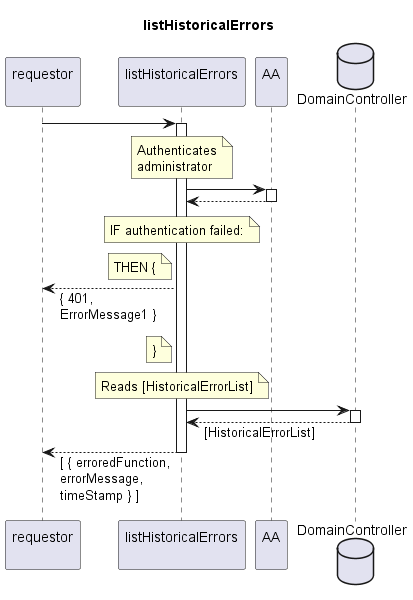
Earlier version of the PlantUML export spec/Services/listHistoricalErrors/1.0.0/listHistoricalErrors.png (openBackhaul/FirmWareManager). The source it was exported from:
```plantuml
@startuml listHistoricalErrors
skinparam responseMessageBelowArrow true

title
  listHistoricalErrors
end title

participant "requestor\n" as requestor
participant "listHistoricalErrors\n" as indServ
participant "AA\n" as AA
database "DomainController" as DC

requestor -> indServ
activate indServ

  note over indServ
    Authenticates
    administrator
  end note
  indServ -> AA
  activate AA
  indServ <-- AA
  deactivate AA
  note over indServ
    IF authentication failed:
  end note
  note left indServ
    THEN {
  end note
  requestor <-- indServ: { 401,\nErrorMessage1 }
  note left indServ
    }
  end note

  note over indServ
    Reads [HistoricalErrorList]
  end note
  indServ -> DC
  activate DC
  indServ <-- DC: [HistoricalErrorList]
  deactivate DC

requestor <-- indServ: [ { erroredFunction,\nerrorMessage,\ntimeStamp } ]
deactivate indServ

@enduml
```
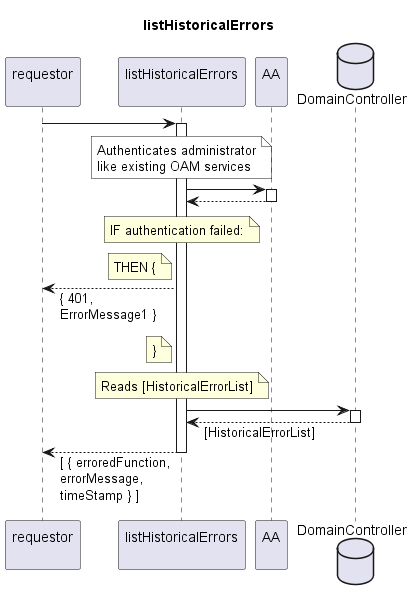
After the change.

Diff of the diagram source:
```diff
@@ -13,9 +13,9 @@
 requestor -> indServ
 activate indServ
 
-  note over indServ
-    Authenticates
-    administrator
+  note over indServ #White
+    Authenticates administrator
+    like existing OAM services
   end note
   indServ -> AA
   activate AA
```
